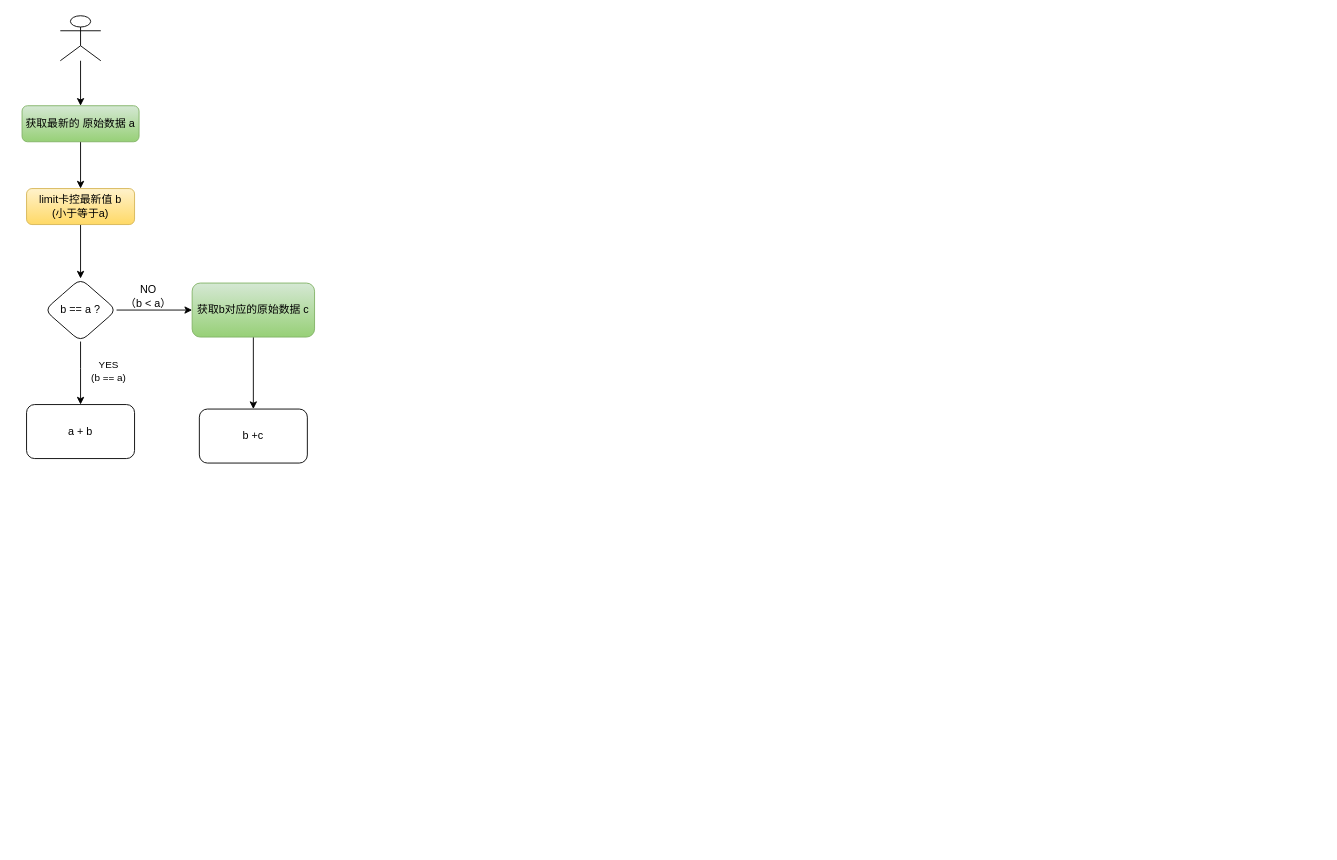
Above: page "Page-1" (1 of 2) of FDC-实时数据.drawio in siyawu/draw (draw.io), before the change. Source tidied: cells renumbered, new cells numbered last; positions are measured from the earlier drawing's top-left corner, leaving out a move shared by most shapes. Both pictures are drawn from the tidied source at 90%, with x=0, y=0 at pixel (22, 15).
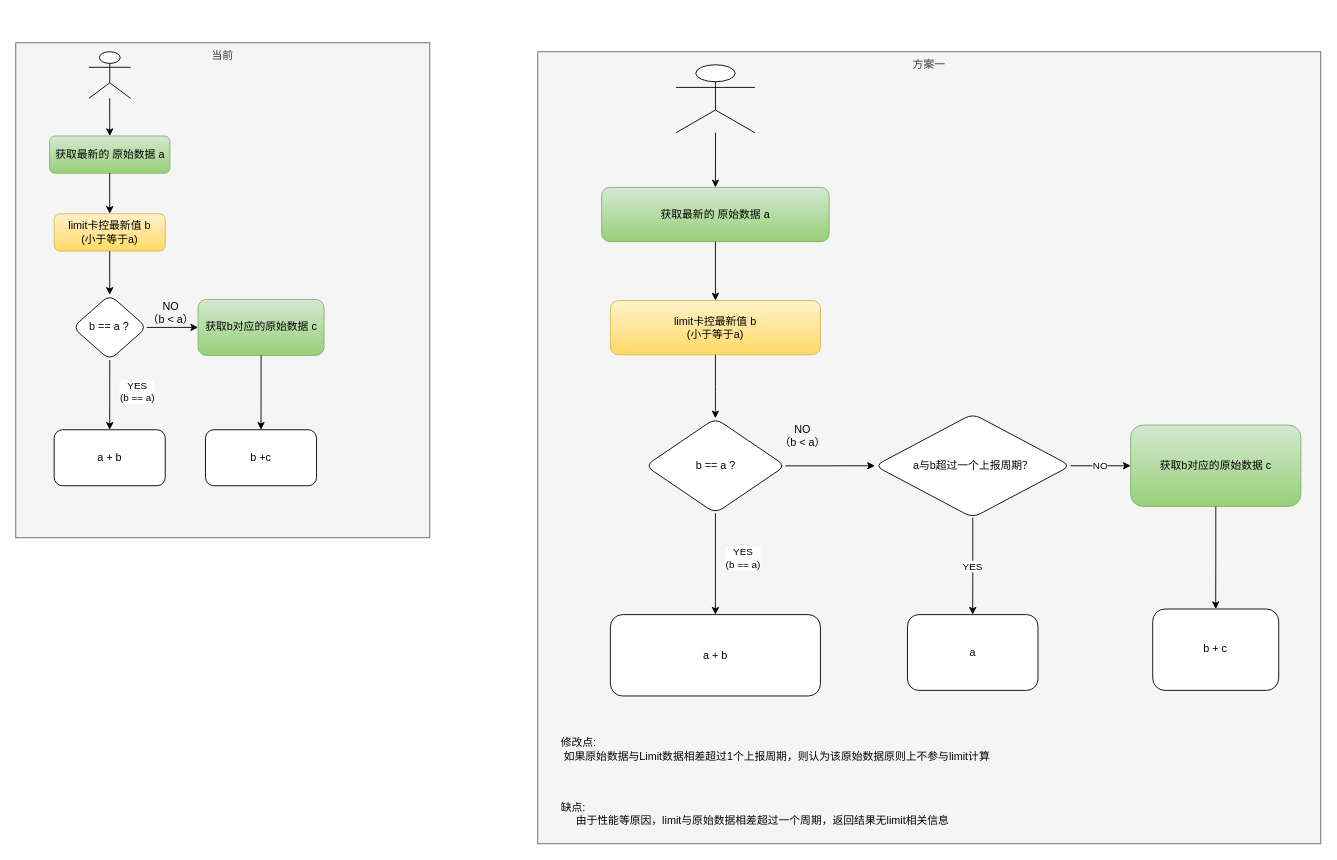
The same page after the edit.

Commit message:
更新FDC-实时数据.drawio

What changed in the source:
```diff
@@
+    <mxCell id="17" value="当前" style="group;fillColor=#f5f5f5;strokeColor=#666666;fontColor=#333333;" parent="1" vertex="1">
+      <mxGeometry x="-7" y="30" width="460" height="550" as="geometry" />
+    </mxCell>
+    <mxCell id="3" value="获取最新的 原始数据 a" style="rounded=1;whiteSpace=wrap;html=1;fontSize=12;glass=0;strokeWidth=1;shadow=0;fillColor=#d5e8d4;gradientColor=#97d077;strokeColor=#82b366;" parent="17" vertex="1">
+      <mxGeometry x="37.6" y="103.6" width="133.7" height="41.4" as="geometry" />
+    </mxCell>
+    <mxCell id="5" value="limit卡控最新值 b&lt;br&gt;(小于等于a)" style="rounded=1;whiteSpace=wrap;html=1;fontSize=12;glass=0;strokeWidth=1;shadow=0;fillColor=#fff2cc;gradientColor=#ffd966;strokeColor=#d6b656;" parent="17" vertex="1">
+      <mxGeometry x="42.7" y="190" width="123.4" height="41.4" as="geometry" />
+    </mxCell>
-    <mxCell id="2" style="edgeStyle=orthogonalEdgeStyle;rounded=0;jettySize=auto;html=1;" parent="1" edge="1" source="3" target="5">
+    <mxCell id="2" style="edgeStyle=orthogonalEdgeStyle;rounded=0;jettySize=auto;html=1;" parent="17" edge="1" source="3" target="5">
       <mxGeometry relative="1" as="geometry" />
     </mxCell>
-    <mxCell id="3" value="获取最新的 原始数据 a" style="rounded=1;whiteSpace=wrap;html=1;fontSize=12;glass=0;strokeWidth=1;shadow=0;fillColor=#d5e8d4;gradientColor=#97d077;strokeColor=#82b366;" parent="1" vertex="1">
-      <mxGeometry y="100" width="130" height="40" as="geometry" />
-    </mxCell>
+    <mxCell id="9" value="b == a ?" style="rhombus;whiteSpace=wrap;html=1;rounded=1;glass=0;strokeWidth=1;shadow=0;" parent="17" vertex="1">
+      <mxGeometry x="63.3" y="280" width="82.3" height="72.5" as="geometry" />
+    </mxCell>
-    <mxCell id="4" style="edgeStyle=orthogonalEdgeStyle;rounded=0;jettySize=auto;html=1;" parent="1" edge="1" source="5" target="9">
+    <mxCell id="4" style="edgeStyle=orthogonalEdgeStyle;rounded=0;jettySize=auto;html=1;" parent="17" edge="1" source="5" target="9">
       <mxGeometry relative="1" as="geometry" />
     </mxCell>
-    <mxCell id="5" value="limit卡控最新值 b&lt;br&gt;(小于等于a)" style="rounded=1;whiteSpace=wrap;html=1;fontSize=12;glass=0;strokeWidth=1;shadow=0;fillColor=#fff2cc;gradientColor=#ffd966;strokeColor=#d6b656;" parent="1" vertex="1">
-      <mxGeometry x="5" y="192" width="120" height="40" as="geometry" />
-    </mxCell>
+    <mxCell id="10" value="a + b" style="whiteSpace=wrap;html=1;rounded=1;glass=0;strokeWidth=1;shadow=0;" parent="17" vertex="1">
+      <mxGeometry x="42.7" y="430" width="123.4" height="62.2" as="geometry" />
+    </mxCell>
-    <mxCell id="6" style="edgeStyle=orthogonalEdgeStyle;rounded=0;jettySize=auto;html=1;" parent="1" edge="1" source="9" target="10">
+    <mxCell id="6" style="edgeStyle=orthogonalEdgeStyle;rounded=0;jettySize=auto;html=1;exitX=0.5;exitY=1;exitDx=0;exitDy=0;entryX=0.5;entryY=0;entryDx=0;entryDy=0;" parent="17" edge="1" source="9" target="10">
       <mxGeometry relative="1" as="geometry">
         <Array as="points">
-          <mxPoint x="65" y="392" />
+          <mxPoint x="104.2" y="420" />
+          <mxPoint x="104.2" y="420" />
         </Array>
       </mxGeometry>
     </mxCell>
@@
+    <mxCell id="12" value="获取b对应的原始数据 c" style="whiteSpace=wrap;html=1;rounded=1;glass=0;strokeWidth=1;shadow=0;fillColor=#d5e8d4;gradientColor=#97d077;strokeColor=#82b366;" parent="17" vertex="1">
+      <mxGeometry x="202.6" y="285.2" width="139.9" height="62.2" as="geometry" />
+    </mxCell>
-    <mxCell id="8" style="edgeStyle=orthogonalEdgeStyle;rounded=0;jettySize=auto;html=1;" parent="1" edge="1" source="9" target="12">
+    <mxCell id="8" style="edgeStyle=orthogonalEdgeStyle;rounded=0;jettySize=auto;html=1;" parent="17" edge="1" source="9" target="12">
       <mxGeometry relative="1" as="geometry" />
     </mxCell>
-    <mxCell id="9" value="b == a ?" style="rhombus;whiteSpace=wrap;html=1;rounded=1;glass=0;strokeWidth=1;shadow=0;" parent="1" vertex="1">
-      <mxGeometry x="25" y="292" width="80" height="70" as="geometry" />
-    </mxCell>
-    <mxCell id="10" value="a + b" style="whiteSpace=wrap;html=1;rounded=1;glass=0;strokeWidth=1;shadow=0;" parent="1" vertex="1">
-      <mxGeometry x="5" y="432" width="120" height="60" as="geometry" />
-    </mxCell>
-    <mxCell id="11" style="edgeStyle=orthogonalEdgeStyle;rounded=0;jettySize=auto;html=1;" parent="1" edge="1" source="12" target="14">
-      <mxGeometry relative="1" as="geometry" />
-    </mxCell>
-    <mxCell id="12" value="获取b对应的原始数据 c" style="whiteSpace=wrap;html=1;rounded=1;glass=0;strokeWidth=1;shadow=0;fillColor=#d5e8d4;gradientColor=#97d077;strokeColor=#82b366;" parent="1" vertex="1">
-      <mxGeometry x="189" y="297" width="136" height="60" as="geometry" />
-    </mxCell>
-    <mxCell id="13" value="NO&lt;br&gt;（b &amp;lt; a）" style="text;html=1;align=center;verticalAlign=middle;strokeColor=none;fillColor=none;" parent="1" vertex="1">
-      <mxGeometry x="105" y="292" width="70" height="40" as="geometry" />
+    <mxCell id="13" value="NO&lt;br&gt;（b &amp;lt; a）" style="text;html=1;align=center;verticalAlign=middle;strokeColor=none;fillColor=none;" parent="17" vertex="1">
+      <mxGeometry x="136.9" y="280" width="70" height="40" as="geometry" />
     </mxCell>
-    <mxCell id="14" value="b +c" style="whiteSpace=wrap;html=1;rounded=1;glass=0;strokeWidth=1;shadow=0;" parent="1" vertex="1">
-      <mxGeometry x="197" y="437" width="120" height="60" as="geometry" />
+    <mxCell id="14" value="b +c" style="whiteSpace=wrap;html=1;rounded=1;glass=0;strokeWidth=1;shadow=0;" parent="17" vertex="1">
+      <mxGeometry x="210.8" y="430" width="123.4" height="62.2" as="geometry" />
     </mxCell>
+    <mxCell id="11" style="edgeStyle=orthogonalEdgeStyle;rounded=0;jettySize=auto;html=1;" parent="17" edge="1" source="12" target="14">
+      <mxGeometry relative="1" as="geometry" />
+    </mxCell>
-    <mxCell id="15" style="edgeStyle=orthogonalEdgeStyle;rounded=0;jettySize=auto;html=1;entryX=0.5;entryY=0;entryDx=0;entryDy=0;" parent="1" edge="1" source="16" target="3">
+    <mxCell id="15" style="edgeStyle=orthogonalEdgeStyle;rounded=0;jettySize=auto;html=1;entryX=0.5;entryY=0;entryDx=0;entryDy=0;" parent="17" edge="1" source="16" target="3">
       <mxGeometry relative="1" as="geometry" />
     </mxCell>
-    <mxCell id="16" style="shape=umlActor;verticalLabelPosition=bottom;verticalAlign=top;html=1;outlineConnect=0;" parent="1" vertex="1">
-      <mxGeometry x="42.5" width="45" height="50" as="geometry" />
+    <mxCell id="16" style="shape=umlActor;verticalLabelPosition=bottom;verticalAlign=top;html=1;outlineConnect=0;" parent="17" vertex="1">
+      <mxGeometry x="81.3" y="10" width="46.3" height="51.8" as="geometry" />
     </mxCell>
+    <mxCell id="18" value="方案一" style="group;fillColor=#f5f5f5;strokeColor=#666666;fontColor=#333333;" parent="1" vertex="1">
+      <mxGeometry x="573" y="40" width="870" height="880" as="geometry" />
+    </mxCell>
+    <mxCell id="19" value="获取最新的 原始数据 a" style="rounded=1;whiteSpace=wrap;html=1;fontSize=12;glass=0;strokeWidth=1;shadow=0;fillColor=#d5e8d4;gradientColor=#97d077;strokeColor=#82b366;" parent="1" vertex="1">
+      <mxGeometry x="644" y="190.7" width="252.8" height="60.3" as="geometry" />
+    </mxCell>
+    <mxCell id="20" value="limit卡控最新值 b&lt;br&gt;(小于等于a)" style="rounded=1;whiteSpace=wrap;html=1;fontSize=12;glass=0;strokeWidth=1;shadow=0;fillColor=#fff2cc;gradientColor=#ffd966;strokeColor=#d6b656;" parent="1" vertex="1">
+      <mxGeometry x="653.7" y="316.4" width="233.4" height="60.3" as="geometry" />
+    </mxCell>
+    <mxCell id="21" style="edgeStyle=orthogonalEdgeStyle;rounded=0;jettySize=auto;html=1;" parent="1" edge="1" source="19" target="20">
+      <mxGeometry relative="1" as="geometry" />
+    </mxCell>
+    <mxCell id="22" value="b == a ?" style="rhombus;whiteSpace=wrap;html=1;rounded=1;glass=0;strokeWidth=1;shadow=0;" parent="1" vertex="1">
+      <mxGeometry x="692.6" y="447.3" width="155.6" height="105.5" as="geometry" />
+    </mxCell>
+    <mxCell id="23" style="edgeStyle=orthogonalEdgeStyle;rounded=0;jettySize=auto;html=1;" parent="1" edge="1" source="20" target="22">
+      <mxGeometry relative="1" as="geometry" />
+    </mxCell>
+    <mxCell id="24" value="a + b" style="whiteSpace=wrap;html=1;rounded=1;glass=0;strokeWidth=1;shadow=0;" parent="1" vertex="1">
+      <mxGeometry x="653.7" y="665.4" width="233.4" height="90.4" as="geometry" />
+    </mxCell>
+    <mxCell id="25" style="edgeStyle=orthogonalEdgeStyle;rounded=0;jettySize=auto;html=1;exitX=0.5;exitY=1;exitDx=0;exitDy=0;entryX=0.5;entryY=0;entryDx=0;entryDy=0;" parent="1" edge="1" source="22" target="24">
+      <mxGeometry relative="1" as="geometry">
+        <Array as="points">
+          <mxPoint x="770.1" y="650.9" />
+          <mxPoint x="770.1" y="650.9" />
+        </Array>
+      </mxGeometry>
+    </mxCell>
+    <mxCell id="26" value="YES&lt;br&gt;(b == a)" style="edgeLabel;html=1;align=center;verticalAlign=middle;" parent="25" vertex="1">
+      <mxGeometry x="-0.17" y="-2" relative="1" as="geometry">
+        <mxPoint x="32" y="3" as="offset" />
+      </mxGeometry>
+    </mxCell>
+    <mxCell id="27" value="获取b对应的原始数据 c" style="whiteSpace=wrap;html=1;rounded=1;glass=0;strokeWidth=1;shadow=0;fillColor=#d5e8d4;gradientColor=#97d077;strokeColor=#82b366;" parent="1" vertex="1">
+      <mxGeometry x="1231.8" y="454.8" width="189.1" height="90.4" as="geometry" />
+    </mxCell>
+    <mxCell id="28" value="NO&lt;br&gt;（b &amp;lt; a）" style="text;html=1;align=center;verticalAlign=middle;strokeColor=none;fillColor=none;" parent="1" vertex="1">
+      <mxGeometry x="831.8" y="447.3" width="70" height="40" as="geometry" />
+    </mxCell>
+    <mxCell id="29" value="b + c" style="whiteSpace=wrap;html=1;rounded=1;glass=0;strokeWidth=1;shadow=0;" parent="1" vertex="1">
+      <mxGeometry x="1256.3" y="659.2" width="140" height="90.4" as="geometry" />
+    </mxCell>
+    <mxCell id="30" style="edgeStyle=orthogonalEdgeStyle;rounded=0;jettySize=auto;html=1;" parent="1" edge="1" source="27" target="29">
+      <mxGeometry relative="1" as="geometry" />
+    </mxCell>
+    <mxCell id="31" style="edgeStyle=orthogonalEdgeStyle;rounded=0;jettySize=auto;html=1;entryX=0.5;entryY=0;entryDx=0;entryDy=0;" parent="1" edge="1" source="32" target="19">
+      <mxGeometry relative="1" as="geometry" />
+    </mxCell>
+    <mxCell id="32" style="shape=umlActor;verticalLabelPosition=bottom;verticalAlign=top;html=1;outlineConnect=0;" parent="1" vertex="1">
+      <mxGeometry x="726.7" y="54.5" width="87.5" height="75.4" as="geometry" />
+    </mxCell>
+    <mxCell id="33" value="NO" style="edgeStyle=orthogonalEdgeStyle;rounded=0;jettySize=auto;html=1;" parent="1" edge="1" source="34" target="27">
+      <mxGeometry relative="1" as="geometry" />
+    </mxCell>
+    <mxCell id="34" value="a与b超过一个上报周期？" style="rhombus;whiteSpace=wrap;html=1;rounded=1;glass=0;strokeWidth=1;shadow=0;" parent="1" vertex="1">
+      <mxGeometry x="947.6" y="442.3" width="217.5" height="115.4" as="geometry" />
+    </mxCell>
+    <mxCell id="35" style="edgeStyle=orthogonalEdgeStyle;rounded=0;jettySize=auto;html=1;" parent="1" edge="1" source="22" target="34">
+      <mxGeometry relative="1" as="geometry" />
+    </mxCell>
+    <mxCell id="36" value="a" style="rounded=1;whiteSpace=wrap;html=1;glass=0;strokeWidth=1;shadow=0;" parent="1" vertex="1">
+      <mxGeometry x="983.8" y="665.4" width="145" height="84.2" as="geometry" />
+    </mxCell>
+    <mxCell id="37" value="YES" style="edgeStyle=orthogonalEdgeStyle;rounded=0;jettySize=auto;html=1;" parent="1" edge="1" source="34" target="36">
+      <mxGeometry relative="1" as="geometry" />
+    </mxCell>
+    <mxCell id="38" value="修改点:&amp;nbsp;&lt;br&gt;&lt;span style=&quot;white-space: pre;&quot;&gt; &lt;/span&gt;如果原始数据与Limit数据相差超过1个上报周期，则认为该原始数据原则上不参与limit计算&lt;br&gt;&lt;br&gt;&lt;br&gt;&lt;br&gt;缺点:&lt;br&gt;&amp;nbsp; &amp;nbsp;&amp;nbsp;&lt;span style=&quot;white-space: pre;&quot;&gt; &lt;/span&gt;由于性能等原因，limit与原始数据相差超过一个周期，返回结果无limit相关信息" style="text;html=1;strokeColor=none;fillColor=none;align=left;verticalAlign=middle;whiteSpace=wrap;rounded=0;" parent="1" vertex="1">
+      <mxGeometry x="596.7" y="810" width="540.4" height="82.6" as="geometry" />
+    </mxCell>
```
